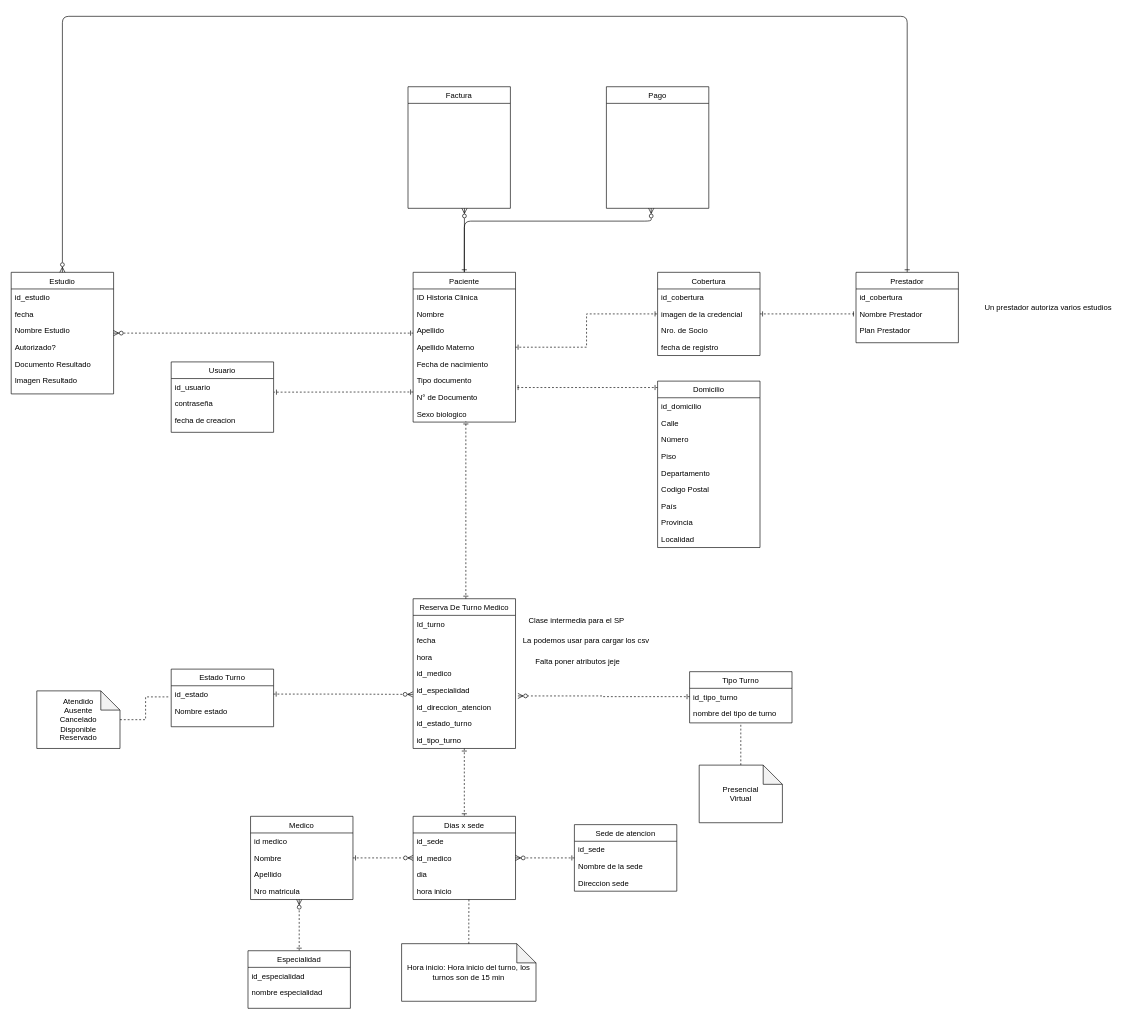
TomasFelice/ddbba-tp-integrador keeps this draw.io diagram as hospitalCureSAGrupo09.drawio. Above is the earlier version. Source tidied: cells renumbered, new cells numbered last; positions are measured from the earlier drawing's top-left corner, leaving out a move shared by most shapes. Both pictures are drawn from the tidied source at 64%, with x=0, y=0 at pixel (11, 16).
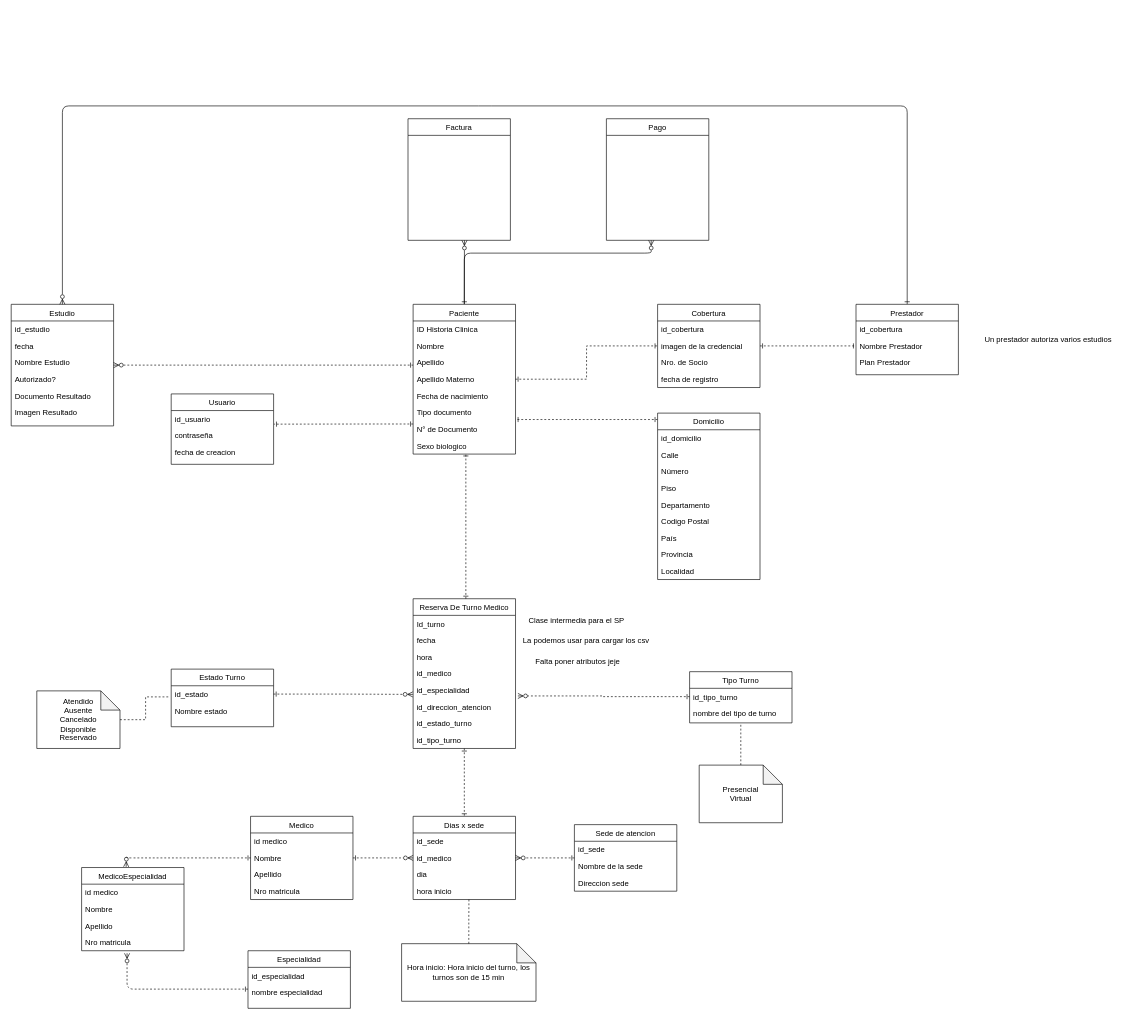
Above is the later version.

Commit message (it also covers changes not shown here):
fixes mensajes de error sp, estructura a resolver y act de diagrama entidades medico esp

The change refers to these unchanged cells:
```xml
<mxCell id="19" value="Sexo biologico" style="text;align=left;verticalAlign=top;spacingLeft=4;spacingRight=4;overflow=hidden;points=[[0,0.5],[1,0.5]];portConstraint=eastwest;" parent="11" vertex="1">
  <mxGeometry y="208" width="160" height="26" as="geometry" />
</mxCell>
<mxCell id="23" value="Reserva De Turno Medico" style="swimlane;fontStyle=0;align=center;verticalAlign=top;horizontal=1;startSize=26;rounded=0;shadow=0;strokeWidth=1;" parent="1" vertex="1">
  <mxGeometry x="628" y="910" width="160" height="234" as="geometry" />
</mxCell>
<mxCell id="34" value="id_usuario" style="text;align=left;verticalAlign=top;spacingLeft=4;spacingRight=4;overflow=hidden;points=[[0,0.5],[1,0.5]];portConstraint=eastwest;" parent="33" vertex="1">
  <mxGeometry y="26" width="160" height="26" as="geometry" />
</mxCell>
<mxCell id="82" value="Nombre" style="text;align=left;verticalAlign=top;spacingLeft=4;spacingRight=4;overflow=hidden;points=[[0,0.5],[1,0.5]];portConstraint=eastwest;rounded=0;shadow=0;html=0;" parent="80" vertex="1">
  <mxGeometry y="52" width="160" height="26" as="geometry" />
</mxCell>
<mxCell id="91" value="Especialidad" style="swimlane;fontStyle=0;align=center;verticalAlign=top;horizontal=1;startSize=26;rounded=0;shadow=0;strokeWidth=1;" parent="1" vertex="1">
  <mxGeometry x="370" y="1460" width="160" height="90" as="geometry" />
</mxCell>
```

The edit, as a diff of the source:
```diff
@@
     <mxCell id="2" value="Estudio" style="swimlane;fontStyle=0;align=center;verticalAlign=top;horizontal=1;startSize=26;rounded=0;shadow=0;strokeWidth=1;" parent="1" vertex="1">
-      <mxGeometry y="400" width="160" height="190" as="geometry" />
+      <mxGeometry y="450" width="160" height="190" as="geometry" />
     </mxCell>
@@
     <mxCell id="9" style="edgeStyle=none;html=1;exitX=0.5;exitY=0;exitDx=0;exitDy=0;endArrow=ERzeroToMany;endFill=0;startArrow=ERone;startFill=0;" parent="1" edge="1" source="11">
       <mxGeometry relative="1" as="geometry">
-        <mxPoint x="708.2" y="300" as="targetPoint" />
+        <mxPoint x="708.2" y="350" as="targetPoint" />
       </mxGeometry>
     </mxCell>
     <mxCell id="10" style="edgeStyle=none;html=1;exitX=0.5;exitY=0;exitDx=0;exitDy=0;endArrow=ERzeroToMany;endFill=0;" parent="1" edge="1" source="11">
       <mxGeometry relative="1" as="geometry">
-        <mxPoint x="1000" y="300" as="targetPoint" />
+        <mxPoint x="1000" y="350" as="targetPoint" />
         <Array as="points">
-          <mxPoint x="708" y="320" />
-          <mxPoint x="1000" y="320" />
+          <mxPoint x="708" y="370" />
+          <mxPoint x="1000" y="370" />
         </Array>
       </mxGeometry>
     </mxCell>
     <mxCell id="11" value="Paciente" style="swimlane;fontStyle=0;align=center;verticalAlign=top;horizontal=1;startSize=26;rounded=0;shadow=0;strokeWidth=1;" parent="1" vertex="1">
-      <mxGeometry x="628" y="400" width="160" height="234" as="geometry" />
+      <mxGeometry x="628" y="450" width="160" height="234" as="geometry" />
     </mxCell>
@@
     <mxCell id="32" style="edgeStyle=orthogonalEdgeStyle;rounded=0;jettySize=auto;html=1;entryX=0.515;entryY=0.959;entryDx=0;entryDy=0;entryPerimeter=0;endArrow=ERone;endFill=0;dashed=1;startArrow=ERone;startFill=0;" parent="1" edge="1" source="23" target="19">
       <mxGeometry relative="1" as="geometry">
         <Array as="points">
-          <mxPoint x="710" y="633" />
+          <mxPoint x="710" y="683" />
         </Array>
       </mxGeometry>
     </mxCell>
     <mxCell id="33" value="Usuario" style="swimlane;fontStyle=0;align=center;verticalAlign=top;horizontal=1;startSize=26;rounded=0;shadow=0;strokeWidth=1;" parent="1" vertex="1">
-      <mxGeometry x="250" y="540" width="160" height="110" as="geometry" />
+      <mxGeometry x="250" y="590" width="160" height="110" as="geometry" />
     </mxCell>
@@
     <mxCell id="37" style="edgeStyle=orthogonalEdgeStyle;rounded=0;jettySize=auto;html=1;entryX=1.003;entryY=0.817;entryDx=0;entryDy=0;entryPerimeter=0;endArrow=ERone;endFill=0;startArrow=ERone;startFill=0;dashed=1;" parent="1" edge="1" source="11" target="34">
       <mxGeometry relative="1" as="geometry">
         <Array as="points">
-          <mxPoint x="570" y="587" />
-          <mxPoint x="570" y="587" />
+          <mxPoint x="570" y="637" />
+          <mxPoint x="570" y="637" />
         </Array>
       </mxGeometry>
     </mxCell>
     <mxCell id="38" value="Cobertura" style="swimlane;fontStyle=0;align=center;verticalAlign=top;horizontal=1;startSize=26;rounded=0;shadow=0;strokeWidth=1;" parent="1" vertex="1">
-      <mxGeometry x="1010" y="400" width="160" height="130" as="geometry" />
+      <mxGeometry x="1010" y="450" width="160" height="130" as="geometry" />
     </mxCell>
@@
     <mxCell id="44" style="edgeStyle=none;html=1;entryX=0.5;entryY=0;entryDx=0;entryDy=0;startArrow=ERone;startFill=0;endArrow=ERzeroToMany;endFill=0;" parent="1" edge="1" source="45" target="2">
       <mxGeometry relative="1" as="geometry">
         <Array as="points">
-          <mxPoint x="1400" />
-          <mxPoint x="80" />
+          <mxPoint x="1400" y="140" />
+          <mxPoint x="740" y="140" />
+          <mxPoint x="80" y="140" />
         </Array>
       </mxGeometry>
     </mxCell>
     <mxCell id="45" value="Prestador" style="swimlane;fontStyle=0;align=center;verticalAlign=top;horizontal=1;startSize=26;rounded=0;shadow=0;strokeWidth=1;" parent="1" vertex="1">
-      <mxGeometry x="1320" y="400" width="160" height="110" as="geometry" />
+      <mxGeometry x="1320" y="450" width="160" height="110" as="geometry" />
     </mxCell>
@@
     <mxCell id="64" style="edgeStyle=orthogonalEdgeStyle;rounded=0;jettySize=auto;html=1;startArrow=ERone;startFill=0;endArrow=ERone;endFill=0;dashed=1;" parent="1" edge="1" source="65">
       <mxGeometry relative="1" as="geometry">
-        <mxPoint x="788" y="580" as="targetPoint" />
+        <mxPoint x="788" y="630" as="targetPoint" />
         <Array as="points">
-          <mxPoint x="788" y="580" />
+          <mxPoint x="788" y="630" />
         </Array>
       </mxGeometry>
     </mxCell>
     <mxCell id="65" value="Domicilio" style="swimlane;fontStyle=0;align=center;verticalAlign=top;horizontal=1;startSize=26;rounded=0;shadow=0;strokeWidth=1;" parent="1" vertex="1">
-      <mxGeometry x="1010" y="570" width="160" height="260" as="geometry" />
+      <mxGeometry x="1010" y="620" width="160" height="260" as="geometry" />
     </mxCell>
@@
-    <mxCell id="90" style="edgeStyle=orthogonalEdgeStyle;rounded=0;jettySize=auto;html=1;dashed=1;endArrow=ERzeroToMany;endFill=0;startArrow=ERone;startFill=0;" parent="1" edge="1" source="91">
-      <mxGeometry relative="1" as="geometry">
-        <mxPoint x="450" y="1380" as="targetPoint" />
-      </mxGeometry>
-    </mxCell>
@@
     <mxCell id="98" value="Factura" style="swimlane;fontStyle=0;align=center;verticalAlign=top;horizontal=1;startSize=26;rounded=0;shadow=0;strokeWidth=1;" parent="1" vertex="1">
-      <mxGeometry x="620" y="110" width="160" height="190" as="geometry" />
+      <mxGeometry x="620" y="160" width="160" height="190" as="geometry" />
     </mxCell>
     <mxCell id="99" value="Un prestador autoriza varios estudios" style="text;html=1;align=center;verticalAlign=middle;strokeColor=none;fillColor=none;" parent="1" vertex="1">
-      <mxGeometry x="1510" y="440" width="220" height="30" as="geometry" />
+      <mxGeometry x="1510" y="490" width="220" height="30" as="geometry" />
     </mxCell>
     <mxCell id="100" value="Pago" style="swimlane;fontStyle=0;align=center;verticalAlign=top;horizontal=1;startSize=26;rounded=0;shadow=0;strokeWidth=1;" parent="1" vertex="1">
-      <mxGeometry x="930" y="110" width="160" height="190" as="geometry" />
+      <mxGeometry x="930" y="160" width="160" height="190" as="geometry" />
     </mxCell>
+    <mxCell id="101" style="edgeStyle=none;html=1;entryX=0;entryY=0.5;entryDx=0;entryDy=0;exitX=0.435;exitY=-0.008;exitDx=0;exitDy=0;exitPerimeter=0;endArrow=ERone;endFill=0;startArrow=ERzeroToMany;startFill=0;dashed=1;" parent="1" edge="1" source="102" target="82">
+      <mxGeometry relative="1" as="geometry">
+        <Array as="points">
+          <mxPoint x="180" y="1315" />
+        </Array>
+      </mxGeometry>
+    </mxCell>
+    <mxCell id="102" value="MedicoEspecialidad" style="swimlane;fontStyle=0;align=center;verticalAlign=top;horizontal=1;startSize=26;rounded=0;shadow=0;strokeWidth=1;" parent="1" vertex="1">
+      <mxGeometry x="110" y="1330" width="160" height="130" as="geometry" />
+    </mxCell>
+    <mxCell id="103" value="id medico" style="text;align=left;verticalAlign=top;spacingLeft=4;spacingRight=4;overflow=hidden;" parent="102" vertex="1">
+      <mxGeometry y="26" width="160" height="26" as="geometry" />
+    </mxCell>
+    <mxCell id="104" value="Nombre" style="text;align=left;verticalAlign=top;spacingLeft=4;spacingRight=4;overflow=hidden;rounded=0;shadow=0;html=0;" parent="102" vertex="1">
+      <mxGeometry y="52" width="160" height="26" as="geometry" />
+    </mxCell>
+    <mxCell id="105" value="Apellido" style="text;align=left;verticalAlign=top;spacingLeft=4;spacingRight=4;overflow=hidden;rounded=0;shadow=0;html=0;" parent="102" vertex="1">
+      <mxGeometry y="78" width="160" height="26" as="geometry" />
+    </mxCell>
+    <mxCell id="106" value="Nro matricula" style="text;align=left;verticalAlign=top;spacingLeft=4;spacingRight=4;overflow=hidden;points=[[0,0.5],[1,0.5]];portConstraint=eastwest;rounded=0;shadow=0;html=0;" parent="102" vertex="1">
+      <mxGeometry y="104" width="160" height="26" as="geometry" />
+    </mxCell>
+    <mxCell id="107" style="edgeStyle=none;html=1;entryX=0.444;entryY=1.154;entryDx=0;entryDy=0;entryPerimeter=0;endArrow=ERzeroToMany;endFill=0;startArrow=ERone;startFill=0;dashed=1;" parent="1" edge="1" target="106">
+      <mxGeometry relative="1" as="geometry">
+        <mxPoint x="370" y="1520" as="sourcePoint" />
+        <Array as="points">
+          <mxPoint x="181" y="1520" />
+        </Array>
+      </mxGeometry>
+    </mxCell>
```
